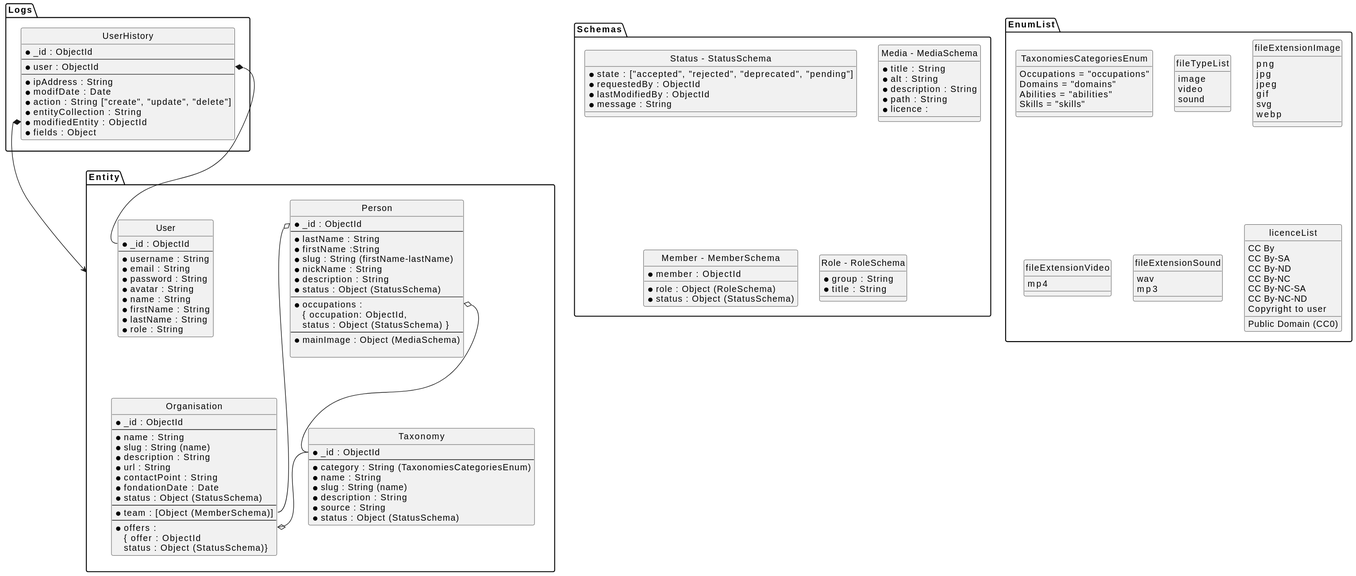
Above: doc/bd-structure.svg in Avantage-Numerique/bdsol-api (PlantUML), before the change.
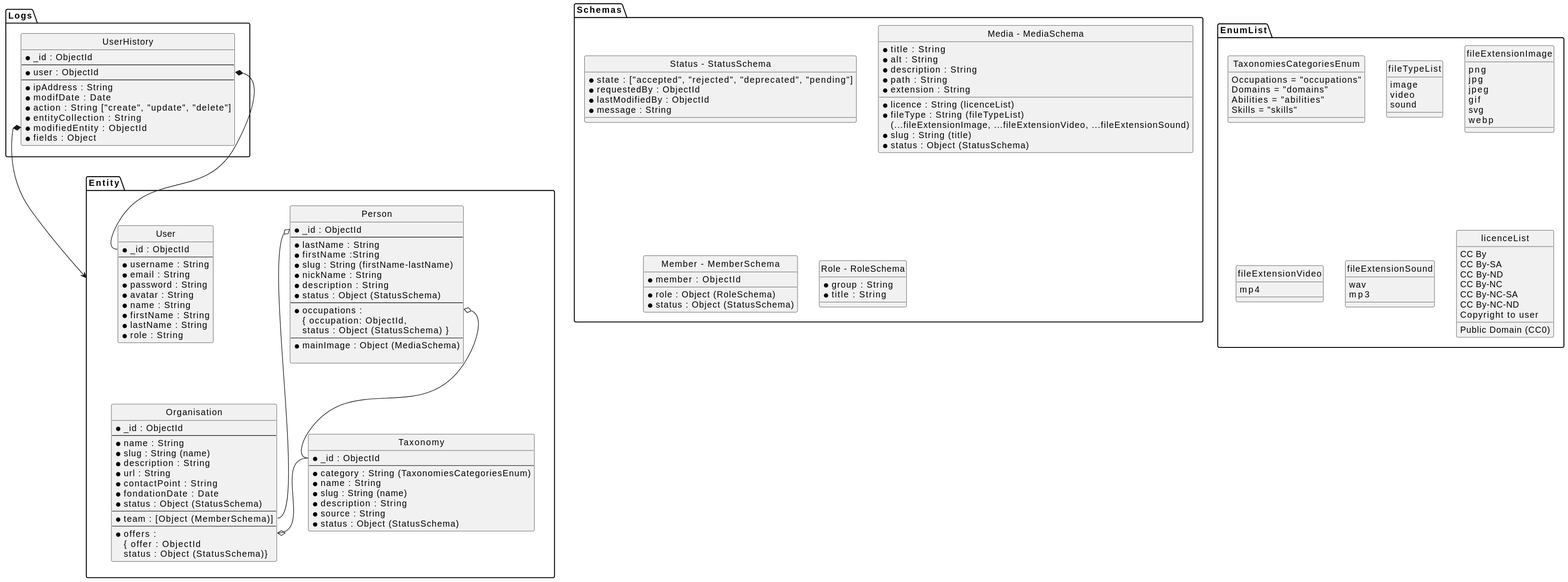
The same file after the commit.

Commit message:
Render des fichiers PlantUML dans la documentation, via l'action `generate plantuml`

Diff of the diagram source:
```diff
@@ -92,7 +92,12 @@
     *alt : String
     *description : String
     *path : String
-    *licence :
+    *licence : String (licenceList)
+    *fileType : String (fileTypeList)
+    *extension : String
+    (...fileExtensionImage, ...fileExtensionVideo, ...fileExtensionSound)
+    *slug : String (title)
+    *status : Object (StatusSchema)
   }
 
   entity "Member - MemberSchema" {
```
